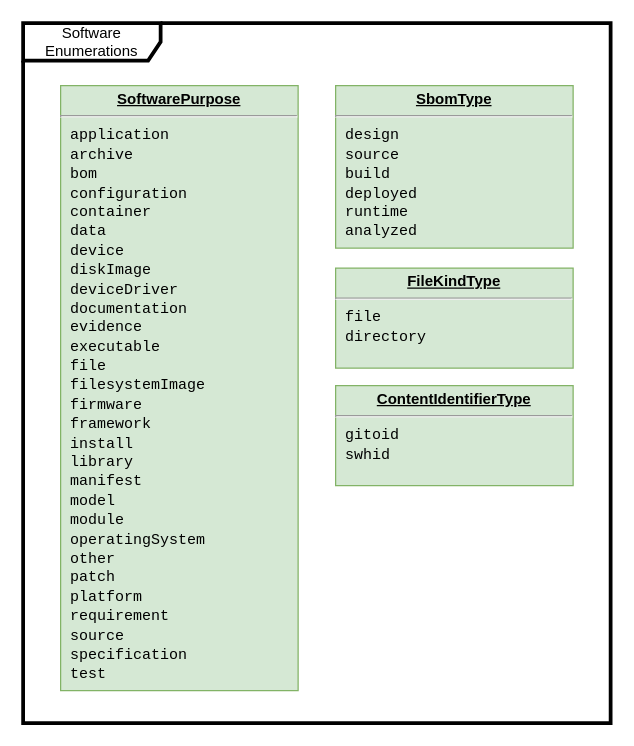
Earlier version of the draw.io diagram page "Software Enumerations" (4 of 11) of model.drawio (spdx/spdx-3-model). Source tidied: cells renumbered, new cells numbered last; positions are measured from the earlier drawing's top-left corner, leaving out a move shared by most shapes. Both pictures are drawn from the tidied source at 125%, with x=0, y=0 at pixel (22, 22).
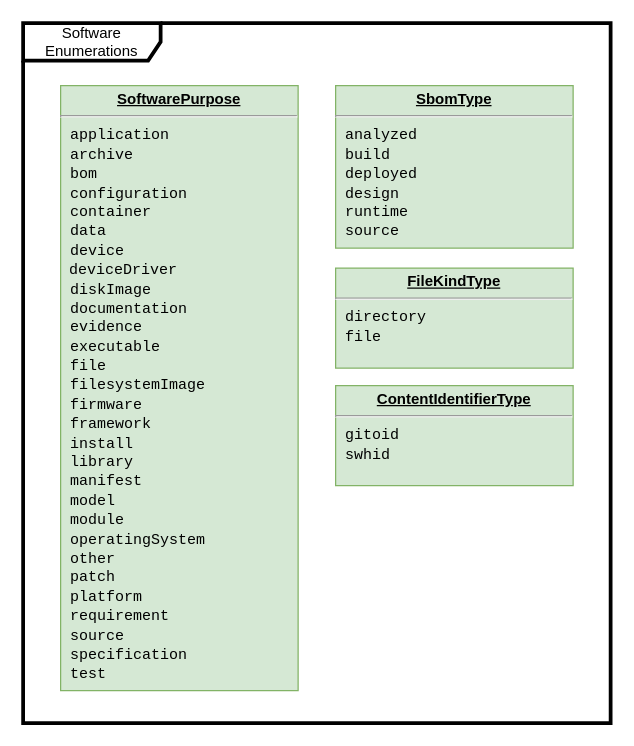
Above is the later version.

Commit message:
model.drawio: Sort Software Enums

What changed in the source:
```diff
@@
 <mxGraphModel>
   <root>
     <mxCell id="0" />
     <mxCell id="1" parent="0" />
     <mxCell id="2" value="Software Enumerations" style="shape=umlFrame;whiteSpace=wrap;html=1;width=110;height=30;strokeWidth=3;" parent="1" vertex="1">
       <mxGeometry width="470" height="560" as="geometry" />
     </mxCell>
-    <mxCell id="3" value="&lt;p style=&quot;margin: 0px ; margin-top: 4px ; text-align: center ; text-decoration: underline&quot;&gt;&lt;b&gt;SoftwarePurpose&lt;/b&gt;&lt;/p&gt;&lt;hr&gt;&lt;p style=&quot;margin: 0px 0px 0px 8px&quot;&gt;&lt;font face=&quot;Courier New&quot;&gt;application&lt;/font&gt;&lt;/p&gt;&lt;p style=&quot;margin: 0px 0px 0px 8px&quot;&gt;&lt;span style=&quot;font-family: &amp;quot;Courier New&amp;quot;;&quot;&gt;archive&lt;/span&gt;&lt;font face=&quot;Courier New&quot;&gt;&lt;br&gt;&lt;/font&gt;&lt;/p&gt;&lt;p style=&quot;margin: 0px 0px 0px 8px&quot;&gt;&lt;span style=&quot;font-family: &amp;quot;Courier New&amp;quot;;&quot;&gt;bom&lt;/span&gt;&lt;span style=&quot;font-family: &amp;quot;Courier New&amp;quot;;&quot;&gt;&lt;br&gt;&lt;/span&gt;&lt;/p&gt;&lt;p style=&quot;margin: 0px 0px 0px 8px&quot;&gt;&lt;span style=&quot;font-family: &amp;quot;Courier New&amp;quot;;&quot;&gt;configuration&lt;/span&gt;&lt;span style=&quot;font-family: &amp;quot;Courier New&amp;quot;;&quot;&gt;&lt;br&gt;&lt;/span&gt;&lt;/p&gt;&lt;p style=&quot;margin: 0px 0px 0px 8px&quot;&gt;&lt;span style=&quot;font-family: &amp;quot;Courier New&amp;quot;;&quot;&gt;container&lt;/span&gt;&lt;font face=&quot;Courier New&quot;&gt;&lt;br&gt;&lt;/font&gt;&lt;/p&gt;&lt;p style=&quot;margin: 0px 0px 0px 8px&quot;&gt;&lt;span style=&quot;font-family: &amp;quot;Courier New&amp;quot;;&quot;&gt;data&lt;/span&gt;&lt;span style=&quot;font-family: &amp;quot;Courier New&amp;quot;;&quot;&gt;&lt;br&gt;&lt;/span&gt;&lt;/p&gt;&lt;p style=&quot;margin: 0px 0px 0px 8px&quot;&gt;&lt;span style=&quot;font-family: &amp;quot;Courier New&amp;quot;;&quot;&gt;device&lt;/span&gt;&lt;font face=&quot;Courier New&quot;&gt;&lt;br&gt;&lt;/font&gt;&lt;/p&gt;&lt;p style=&quot;margin: 0px 0px 0px 8px&quot;&gt;&lt;span style=&quot;font-family: &amp;quot;Courier New&amp;quot;;&quot;&gt;diskImage&lt;/span&gt;&lt;/p&gt;&lt;p style=&quot;margin: 0px 0px 0px 8px&quot;&gt;&lt;span style=&quot;font-family: &amp;quot;Courier New&amp;quot;;&quot;&gt;deviceDriver&lt;/span&gt;&lt;/p&gt;&lt;p style=&quot;margin: 0px 0px 0px 8px&quot;&gt;&lt;span style=&quot;font-family: &amp;quot;Courier New&amp;quot;;&quot;&gt;documentation&lt;/span&gt;&lt;span style=&quot;font-family: &amp;quot;Courier New&amp;quot;;&quot;&gt;&lt;br&gt;&lt;/span&gt;&lt;/p&gt;&lt;p style=&quot;margin: 0px 0px 0px 8px&quot;&gt;&lt;span style=&quot;font-family: &amp;quot;Courier New&amp;quot;;&quot;&gt;evidence&lt;/span&gt;&lt;/p&gt;&lt;p style=&quot;margin: 0px 0px 0px 8px&quot;&gt;&lt;span style=&quot;font-family: &amp;quot;Courier New&amp;quot;;&quot;&gt;executable&lt;/span&gt;&lt;span style=&quot;font-family: &amp;quot;Courier New&amp;quot;;&quot;&gt;&lt;br&gt;&lt;/span&gt;&lt;/p&gt;&lt;p style=&quot;margin: 0px 0px 0px 8px&quot;&gt;&lt;span style=&quot;font-family: &amp;quot;Courier New&amp;quot;;&quot;&gt;file&lt;/span&gt;&lt;span style=&quot;font-family: &amp;quot;Courier New&amp;quot;;&quot;&gt;&lt;br&gt;&lt;/span&gt;&lt;/p&gt;&lt;p style=&quot;margin: 0px 0px 0px 8px&quot;&gt;&lt;span style=&quot;font-family: &amp;quot;Courier New&amp;quot;;&quot;&gt;filesystemImage&lt;/span&gt;&lt;/p&gt;&lt;p style=&quot;margin: 0px 0px 0px 8px&quot;&gt;&lt;span style=&quot;font-family: &amp;quot;Courier New&amp;quot;;&quot;&gt;firmware&lt;/span&gt;&lt;font face=&quot;Courier New&quot;&gt;&lt;br&gt;&lt;/font&gt;&lt;/p&gt;&lt;p style=&quot;margin: 0px 0px 0px 8px&quot;&gt;&lt;font face=&quot;Courier New&quot;&gt;framework&lt;/font&gt;&lt;/p&gt;&lt;p style=&quot;margin: 0px 0px 0px 8px&quot;&gt;&lt;span style=&quot;font-family: &amp;quot;Courier New&amp;quot;;&quot;&gt;install&lt;/span&gt;&lt;font face=&quot;Courier New&quot;&gt;&lt;br&gt;&lt;/font&gt;&lt;/p&gt;&lt;p style=&quot;margin: 0px 0px 0px 8px&quot;&gt;&lt;font face=&quot;Courier New&quot;&gt;library&lt;/font&gt;&lt;/p&gt;&lt;p style=&quot;margin: 0px 0px 0px 8px&quot;&gt;&lt;font face=&quot;Courier New&quot;&gt;manifest&lt;/font&gt;&lt;/p&gt;&lt;p style=&quot;margin: 0px 0px 0px 8px&quot;&gt;&lt;font face=&quot;Courier New&quot;&gt;model&lt;/font&gt;&lt;/p&gt;&lt;p style=&quot;margin: 0px 0px 0px 8px&quot;&gt;&lt;span style=&quot;font-family: &amp;quot;Courier New&amp;quot;;&quot;&gt;module&lt;/span&gt;&lt;font face=&quot;Courier New&quot;&gt;&lt;br&gt;&lt;/font&gt;&lt;/p&gt;&lt;p style=&quot;margin: 0px 0px 0px 8px&quot;&gt;&lt;font face=&quot;Courier New&quot;&gt;operatingSystem&lt;/font&gt;&lt;/p&gt;&lt;p style=&quot;margin: 0px 0px 0px 8px&quot;&gt;&lt;font face=&quot;Courier New&quot;&gt;other&lt;/font&gt;&lt;/p&gt;&lt;p style=&quot;margin: 0px 0px 0px 8px&quot;&gt;&lt;span style=&quot;font-family: &amp;quot;Courier New&amp;quot;;&quot;&gt;patch&lt;/span&gt;&lt;span style=&quot;font-family: &amp;quot;Courier New&amp;quot;;&quot;&gt;&lt;br&gt;&lt;/span&gt;&lt;/p&gt;&lt;p style=&quot;margin: 0px 0px 0px 8px&quot;&gt;&lt;span style=&quot;font-family: &amp;quot;Courier New&amp;quot;;&quot;&gt;platform&lt;/span&gt;&lt;/p&gt;&lt;p style=&quot;margin: 0px 0px 0px 8px&quot;&gt;&lt;span style=&quot;font-family: &amp;quot;Courier New&amp;quot;;&quot;&gt;requirement&lt;/span&gt;&lt;/p&gt;&lt;p style=&quot;margin: 0px 0px 0px 8px&quot;&gt;&lt;span style=&quot;font-family: &amp;quot;Courier New&amp;quot;;&quot;&gt;source&lt;/span&gt;&lt;br&gt;&lt;/p&gt;&lt;p style=&quot;margin: 0px 0px 0px 8px&quot;&gt;&lt;span style=&quot;font-family: &amp;quot;Courier New&amp;quot;;&quot;&gt;specification&lt;/span&gt;&lt;/p&gt;&lt;p style=&quot;margin: 0px 0px 0px 8px&quot;&gt;&lt;font face=&quot;Courier New&quot;&gt;test&lt;/font&gt;&lt;/p&gt;" style="verticalAlign=top;align=left;overflow=fill;fontSize=12;fontFamily=Helvetica;html=1;fillColor=#d5e8d4;strokeColor=#82b366;" parent="1" vertex="1">
+    <mxCell id="3" value="&lt;p style=&quot;margin: 0px ; margin-top: 4px ; text-align: center ; text-decoration: underline&quot;&gt;&lt;b&gt;SoftwarePurpose&lt;/b&gt;&lt;/p&gt;&lt;hr&gt;&lt;p style=&quot;margin: 0px 0px 0px 8px&quot;&gt;&lt;font face=&quot;Courier New&quot;&gt;application&lt;/font&gt;&lt;/p&gt;&lt;p style=&quot;margin: 0px 0px 0px 8px&quot;&gt;&lt;span style=&quot;font-family: &amp;quot;Courier New&amp;quot;;&quot;&gt;archive&lt;/span&gt;&lt;font face=&quot;Courier New&quot;&gt;&lt;br&gt;&lt;/font&gt;&lt;/p&gt;&lt;p style=&quot;margin: 0px 0px 0px 8px&quot;&gt;&lt;span style=&quot;font-family: &amp;quot;Courier New&amp;quot;;&quot;&gt;bom&lt;/span&gt;&lt;span style=&quot;font-family: &amp;quot;Courier New&amp;quot;;&quot;&gt;&lt;br&gt;&lt;/span&gt;&lt;/p&gt;&lt;p style=&quot;margin: 0px 0px 0px 8px&quot;&gt;&lt;span style=&quot;font-family: &amp;quot;Courier New&amp;quot;;&quot;&gt;configuration&lt;/span&gt;&lt;span style=&quot;font-family: &amp;quot;Courier New&amp;quot;;&quot;&gt;&lt;br&gt;&lt;/span&gt;&lt;/p&gt;&lt;p style=&quot;margin: 0px 0px 0px 8px&quot;&gt;&lt;span style=&quot;font-family: &amp;quot;Courier New&amp;quot;;&quot;&gt;container&lt;/span&gt;&lt;font face=&quot;Courier New&quot;&gt;&lt;br&gt;&lt;/font&gt;&lt;/p&gt;&lt;p style=&quot;margin: 0px 0px 0px 8px&quot;&gt;&lt;span style=&quot;font-family: &amp;quot;Courier New&amp;quot;;&quot;&gt;data&lt;/span&gt;&lt;span style=&quot;font-family: &amp;quot;Courier New&amp;quot;;&quot;&gt;&lt;br&gt;&lt;/span&gt;&lt;/p&gt;&lt;p style=&quot;margin: 0px 0px 0px 8px&quot;&gt;&lt;span style=&quot;font-family: &amp;quot;Courier New&amp;quot;;&quot;&gt;device&lt;/span&gt;&lt;font face=&quot;Courier New&quot;&gt;&lt;br&gt;&lt;/font&gt;&lt;/p&gt;&lt;span style=&quot;font-family: &amp;quot;Courier New&amp;quot;;&quot;&gt;&amp;nbsp;deviceDriver&lt;/span&gt;&lt;p style=&quot;margin: 0px 0px 0px 8px&quot;&gt;&lt;span style=&quot;font-family: &amp;quot;Courier New&amp;quot;;&quot;&gt;diskImage&lt;/span&gt;&lt;/p&gt;&lt;span style=&quot;font-family: &amp;quot;Courier New&amp;quot;;&quot;&gt;&lt;/span&gt;&lt;p style=&quot;margin: 0px 0px 0px 8px&quot;&gt;&lt;/p&gt;&lt;p style=&quot;margin: 0px 0px 0px 8px&quot;&gt;&lt;span style=&quot;font-family: &amp;quot;Courier New&amp;quot;;&quot;&gt;documentation&lt;/span&gt;&lt;span style=&quot;font-family: &amp;quot;Courier New&amp;quot;;&quot;&gt;&lt;br&gt;&lt;/span&gt;&lt;/p&gt;&lt;p style=&quot;margin: 0px 0px 0px 8px&quot;&gt;&lt;span style=&quot;font-family: &amp;quot;Courier New&amp;quot;;&quot;&gt;evidence&lt;/span&gt;&lt;/p&gt;&lt;p style=&quot;margin: 0px 0px 0px 8px&quot;&gt;&lt;span style=&quot;font-family: &amp;quot;Courier New&amp;quot;;&quot;&gt;executable&lt;/span&gt;&lt;span style=&quot;font-family: &amp;quot;Courier New&amp;quot;;&quot;&gt;&lt;br&gt;&lt;/span&gt;&lt;/p&gt;&lt;p style=&quot;margin: 0px 0px 0px 8px&quot;&gt;&lt;span style=&quot;font-family: &amp;quot;Courier New&amp;quot;;&quot;&gt;file&lt;/span&gt;&lt;span style=&quot;font-family: &amp;quot;Courier New&amp;quot;;&quot;&gt;&lt;br&gt;&lt;/span&gt;&lt;/p&gt;&lt;p style=&quot;margin: 0px 0px 0px 8px&quot;&gt;&lt;span style=&quot;font-family: &amp;quot;Courier New&amp;quot;;&quot;&gt;filesystemImage&lt;/span&gt;&lt;/p&gt;&lt;p style=&quot;margin: 0px 0px 0px 8px&quot;&gt;&lt;span style=&quot;font-family: &amp;quot;Courier New&amp;quot;;&quot;&gt;firmware&lt;/span&gt;&lt;font face=&quot;Courier New&quot;&gt;&lt;br&gt;&lt;/font&gt;&lt;/p&gt;&lt;p style=&quot;margin: 0px 0px 0px 8px&quot;&gt;&lt;font face=&quot;Courier New&quot;&gt;framework&lt;/font&gt;&lt;/p&gt;&lt;p style=&quot;margin: 0px 0px 0px 8px&quot;&gt;&lt;span style=&quot;font-family: &amp;quot;Courier New&amp;quot;;&quot;&gt;install&lt;/span&gt;&lt;font face=&quot;Courier New&quot;&gt;&lt;br&gt;&lt;/font&gt;&lt;/p&gt;&lt;p style=&quot;margin: 0px 0px 0px 8px&quot;&gt;&lt;font face=&quot;Courier New&quot;&gt;library&lt;/font&gt;&lt;/p&gt;&lt;p style=&quot;margin: 0px 0px 0px 8px&quot;&gt;&lt;font face=&quot;Courier New&quot;&gt;manifest&lt;/font&gt;&lt;/p&gt;&lt;p style=&quot;margin: 0px 0px 0px 8px&quot;&gt;&lt;font face=&quot;Courier New&quot;&gt;model&lt;/font&gt;&lt;/p&gt;&lt;p style=&quot;margin: 0px 0px 0px 8px&quot;&gt;&lt;span style=&quot;font-family: &amp;quot;Courier New&amp;quot;;&quot;&gt;module&lt;/span&gt;&lt;font face=&quot;Courier New&quot;&gt;&lt;br&gt;&lt;/font&gt;&lt;/p&gt;&lt;p style=&quot;margin: 0px 0px 0px 8px&quot;&gt;&lt;font face=&quot;Courier New&quot;&gt;operatingSystem&lt;/font&gt;&lt;/p&gt;&lt;p style=&quot;margin: 0px 0px 0px 8px&quot;&gt;&lt;font face=&quot;Courier New&quot;&gt;other&lt;/font&gt;&lt;/p&gt;&lt;p style=&quot;margin: 0px 0px 0px 8px&quot;&gt;&lt;span style=&quot;font-family: &amp;quot;Courier New&amp;quot;;&quot;&gt;patch&lt;/span&gt;&lt;span style=&quot;font-family: &amp;quot;Courier New&amp;quot;;&quot;&gt;&lt;br&gt;&lt;/span&gt;&lt;/p&gt;&lt;p style=&quot;margin: 0px 0px 0px 8px&quot;&gt;&lt;span style=&quot;font-family: &amp;quot;Courier New&amp;quot;;&quot;&gt;platform&lt;/span&gt;&lt;/p&gt;&lt;p style=&quot;margin: 0px 0px 0px 8px&quot;&gt;&lt;span style=&quot;font-family: &amp;quot;Courier New&amp;quot;;&quot;&gt;requirement&lt;/span&gt;&lt;/p&gt;&lt;p style=&quot;margin: 0px 0px 0px 8px&quot;&gt;&lt;span style=&quot;font-family: &amp;quot;Courier New&amp;quot;;&quot;&gt;source&lt;/span&gt;&lt;br&gt;&lt;/p&gt;&lt;p style=&quot;margin: 0px 0px 0px 8px&quot;&gt;&lt;span style=&quot;font-family: &amp;quot;Courier New&amp;quot;;&quot;&gt;specification&lt;/span&gt;&lt;/p&gt;&lt;p style=&quot;margin: 0px 0px 0px 8px&quot;&gt;&lt;font face=&quot;Courier New&quot;&gt;test&lt;/font&gt;&lt;/p&gt;" style="verticalAlign=top;align=left;overflow=fill;fontSize=12;fontFamily=Helvetica;html=1;fillColor=#d5e8d4;strokeColor=#82b366;" parent="1" vertex="1">
       <mxGeometry x="30" y="50" width="190" height="484" as="geometry" />
     </mxCell>
-    <mxCell id="4" value="&lt;p style=&quot;margin: 0px ; margin-top: 4px ; text-align: center ; text-decoration: underline&quot;&gt;&lt;b&gt;SbomType&lt;/b&gt;&lt;/p&gt;&lt;hr&gt;&lt;p style=&quot;margin: 0px 0px 0px 8px&quot;&gt;&lt;font face=&quot;Courier New&quot;&gt;design&lt;/font&gt;&lt;/p&gt;&lt;p style=&quot;margin: 0px 0px 0px 8px&quot;&gt;&lt;font face=&quot;Courier New&quot;&gt;source&lt;/font&gt;&lt;/p&gt;&lt;p style=&quot;margin: 0px 0px 0px 8px&quot;&gt;&lt;font face=&quot;Courier New&quot;&gt;build&lt;/font&gt;&lt;/p&gt;&lt;p style=&quot;margin: 0px 0px 0px 8px&quot;&gt;&lt;font face=&quot;Courier New&quot;&gt;deployed&lt;/font&gt;&lt;/p&gt;&lt;p style=&quot;margin: 0px 0px 0px 8px&quot;&gt;&lt;font face=&quot;Courier New&quot;&gt;runtime&lt;/font&gt;&lt;/p&gt;&lt;p style=&quot;margin: 0px 0px 0px 8px&quot;&gt;&lt;font face=&quot;Courier New&quot;&gt;analyzed&lt;/font&gt;&lt;/p&gt;" style="verticalAlign=top;align=left;overflow=fill;fontSize=12;fontFamily=Helvetica;html=1;fillColor=#d5e8d4;strokeColor=#82b366;" parent="1" vertex="1">
+    <mxCell id="4" value="&lt;p style=&quot;margin: 0px ; margin-top: 4px ; text-align: center ; text-decoration: underline&quot;&gt;&lt;b&gt;SbomType&lt;/b&gt;&lt;/p&gt;&lt;hr&gt;&lt;p style=&quot;margin: 0px 0px 0px 8px&quot;&gt;&lt;font face=&quot;Courier New&quot;&gt;analyzed&lt;/font&gt;&lt;/p&gt;&lt;p style=&quot;margin: 0px 0px 0px 8px&quot;&gt;&lt;font face=&quot;Courier New&quot;&gt;build&lt;/font&gt;&lt;/p&gt;&lt;p style=&quot;margin: 0px 0px 0px 8px&quot;&gt;&lt;font face=&quot;Courier New&quot;&gt;deployed&lt;/font&gt;&lt;/p&gt;&lt;p style=&quot;margin: 0px 0px 0px 8px&quot;&gt;&lt;font face=&quot;Courier New&quot;&gt;design&lt;/font&gt;&lt;/p&gt;&lt;p style=&quot;margin: 0px 0px 0px 8px&quot;&gt;&lt;font face=&quot;Courier New&quot;&gt;runtime&lt;/font&gt;&lt;/p&gt;&lt;p style=&quot;margin: 0px 0px 0px 8px&quot;&gt;&lt;font face=&quot;Courier New&quot;&gt;source&lt;/font&gt;&lt;/p&gt;&lt;p style=&quot;margin: 0px 0px 0px 8px&quot;&gt;&lt;br&gt;&lt;/p&gt;" style="verticalAlign=top;align=left;overflow=fill;fontSize=12;fontFamily=Helvetica;html=1;fillColor=#d5e8d4;strokeColor=#82b366;" parent="1" vertex="1">
       <mxGeometry x="250" y="50" width="190" height="130" as="geometry" />
     </mxCell>
-    <mxCell id="5" value="&lt;p style=&quot;margin: 0px ; margin-top: 4px ; text-align: center ; text-decoration: underline&quot;&gt;&lt;b&gt;FileKindType&lt;/b&gt;&lt;/p&gt;&lt;hr&gt;&lt;p style=&quot;margin: 0px 0px 0px 8px&quot;&gt;&lt;font face=&quot;Courier New&quot;&gt;file&lt;/font&gt;&lt;/p&gt;&lt;p style=&quot;margin: 0px 0px 0px 8px&quot;&gt;&lt;font face=&quot;Courier New&quot;&gt;directory&lt;/font&gt;&lt;/p&gt;" style="verticalAlign=top;align=left;overflow=fill;fontSize=12;fontFamily=Helvetica;html=1;fillColor=#d5e8d4;strokeColor=#82b366;" parent="1" vertex="1">
+    <mxCell id="5" value="&lt;p style=&quot;margin: 0px ; margin-top: 4px ; text-align: center ; text-decoration: underline&quot;&gt;&lt;b&gt;FileKindType&lt;/b&gt;&lt;/p&gt;&lt;hr&gt;&lt;p style=&quot;margin: 0px 0px 0px 8px&quot;&gt;&lt;font face=&quot;Courier New&quot;&gt;directory&lt;/font&gt;&lt;/p&gt;&lt;p style=&quot;margin: 0px 0px 0px 8px&quot;&gt;&lt;/p&gt;&lt;p style=&quot;margin: 0px 0px 0px 8px&quot;&gt;&lt;font face=&quot;Courier New&quot;&gt;file&lt;/font&gt;&lt;/p&gt;" style="verticalAlign=top;align=left;overflow=fill;fontSize=12;fontFamily=Helvetica;html=1;fillColor=#d5e8d4;strokeColor=#82b366;" parent="1" vertex="1">
       <mxGeometry x="250" y="196" width="190" height="80" as="geometry" />
     </mxCell>
     <mxCell id="6" value="&lt;p style=&quot;margin: 0px ; margin-top: 4px ; text-align: center ; text-decoration: underline&quot;&gt;&lt;b&gt;ContentIdentifierType&lt;/b&gt;&lt;/p&gt;&lt;hr&gt;&lt;p style=&quot;margin: 0px 0px 0px 8px&quot;&gt;&lt;font face=&quot;Courier New&quot;&gt;gitoid&lt;/font&gt;&lt;/p&gt;&lt;p style=&quot;margin: 0px 0px 0px 8px&quot;&gt;&lt;font face=&quot;Courier New&quot;&gt;swhid&lt;/font&gt;&lt;/p&gt;" style="verticalAlign=top;align=left;overflow=fill;fontSize=12;fontFamily=Helvetica;html=1;fillColor=#d5e8d4;strokeColor=#82b366;" parent="1" vertex="1">
       <mxGeometry x="250" y="290" width="190" height="80" as="geometry" />
     </mxCell>
   </root>
 </mxGraphModel>
```
